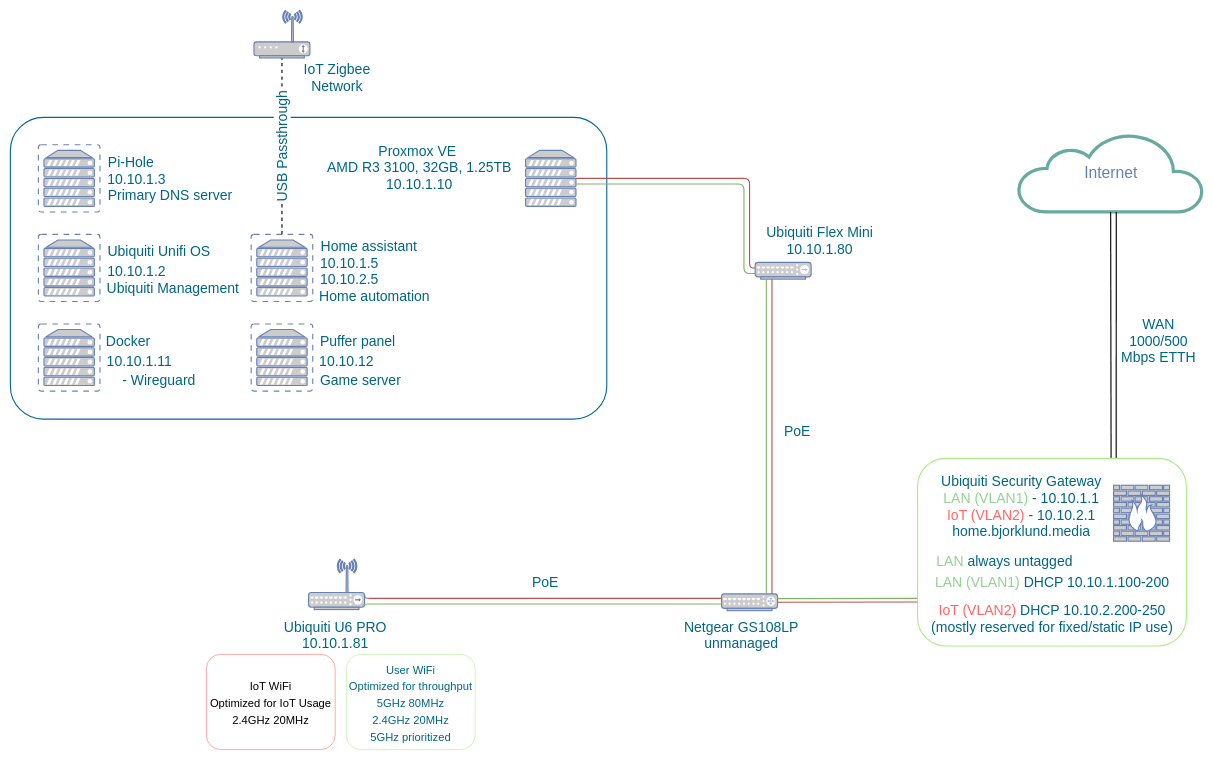
Earlier version of the draw.io diagram Drawio/network.drawio (Vili-B/HomeLab). Source tidied: cells renumbered, new cells numbered last; positions are measured from the earlier drawing's top-left corner, leaving out a move shared by most shapes. Both pictures are drawn from the tidied source at 56%, with x=0, y=0 at pixel (10, 10).
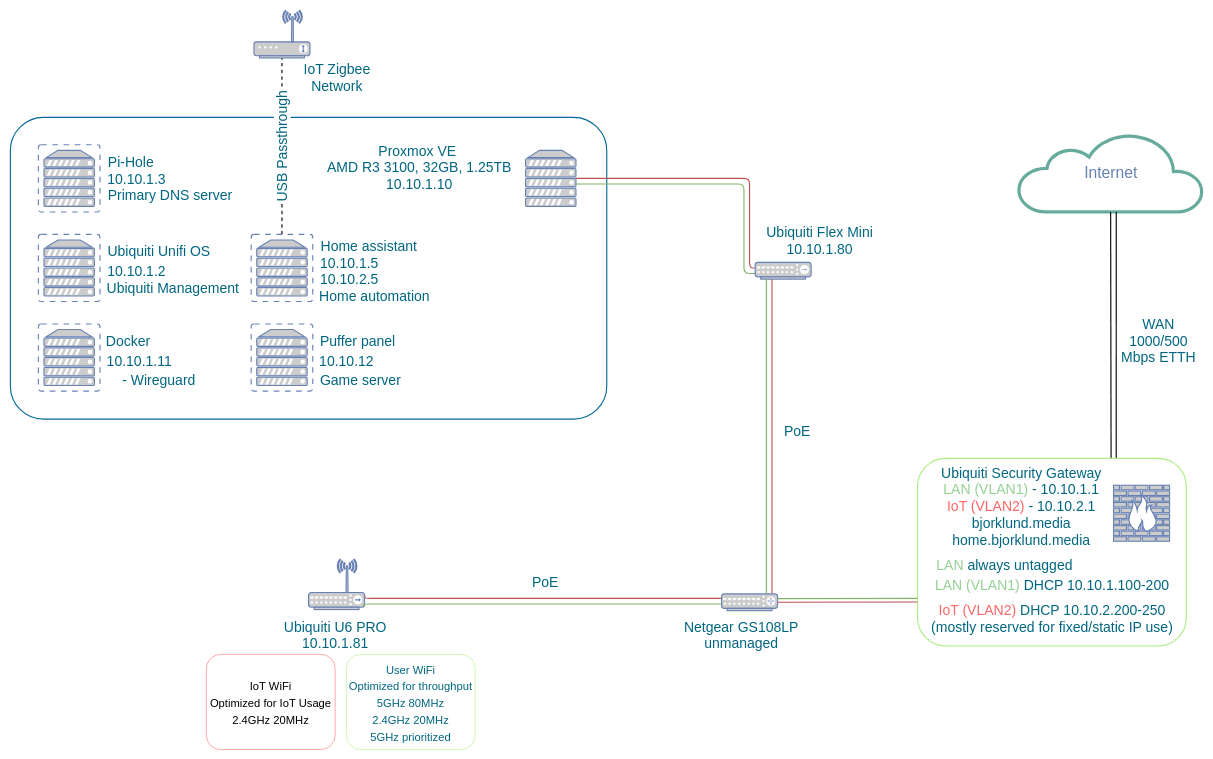
After the change.

Change to the diagram source:
```diff
@@
-    <mxCell id="18" value="&lt;font style=&quot;font-size: 25px;&quot;&gt;&lt;font color=&quot;#006680&quot;&gt;Ubiquiti Security Gateway&lt;/font&gt;&lt;br&gt;&lt;font color=&quot;#93d194&quot;&gt;LAN (VLAN1)&lt;/font&gt;&lt;/font&gt;&lt;font color=&quot;#006680&quot; style=&quot;font-size: 25px;&quot;&gt; - 10.10.1.1&lt;br&gt;&lt;/font&gt;&lt;span style=&quot;color: rgb(255, 102, 102); font-size: 25px;&quot;&gt;IoT (VLAN2)&amp;nbsp;&lt;/span&gt;&lt;font color=&quot;#006680&quot; style=&quot;font-size: 25px;&quot;&gt;- 10.10.2.1&lt;br&gt;home.bjorklund.media&lt;br&gt;&lt;/font&gt;" style="text;html=1;align=center;verticalAlign=middle;strokeColor=none;fillColor=none;" parent="1" vertex="1">
-      <mxGeometry x="1650" y="820" width="310" height="130" as="geometry" />
+    <mxCell id="18" value="&lt;font style=&quot;font-size: 25px;&quot;&gt;&lt;font color=&quot;#006680&quot;&gt;Ubiquiti Security Gateway&lt;/font&gt;&lt;br&gt;&lt;font color=&quot;#93d194&quot;&gt;LAN (VLAN1)&lt;/font&gt;&lt;/font&gt;&lt;font color=&quot;#006680&quot; style=&quot;font-size: 25px;&quot;&gt; - 10.10.1.1&lt;br&gt;&lt;/font&gt;&lt;span style=&quot;color: rgb(255, 102, 102); font-size: 25px;&quot;&gt;IoT (VLAN2)&amp;nbsp;&lt;/span&gt;&lt;font color=&quot;#006680&quot; style=&quot;font-size: 25px;&quot;&gt;- 10.10.2.1&lt;br&gt;bjorklund.media&lt;br&gt;home.bjorklund.media&lt;br&gt;&lt;/font&gt;" style="text;html=1;align=center;verticalAlign=middle;strokeColor=none;fillColor=none;" parent="1" vertex="1">
+      <mxGeometry x="1650" y="805" width="310" height="160" as="geometry" />
     </mxCell>
     <mxCell id="19" value="&lt;font color=&quot;#93d194&quot;&gt;LAN (VLAN1)&lt;/font&gt;&lt;font color=&quot;#006680&quot;&gt; DHCP 10.10.1.100-200&lt;/font&gt;" style="text;html=1;align=center;verticalAlign=middle;strokeColor=none;fillColor=none;fontSize=25;fontColor=#FF6666;" parent="1" vertex="1">
-      <mxGeometry x="1640" y="1000" width="440" height="40" as="geometry" />
+      <mxGeometry x="1640" y="1005" width="440" height="40" as="geometry" />
     </mxCell>
@@
     <mxCell id="54" value="&lt;span style=&quot;color: rgb(147, 209, 148);&quot;&gt;LAN&amp;nbsp;&lt;/span&gt;always untagged" style="text;html=1;align=center;verticalAlign=middle;strokeColor=none;fillColor=none;fontSize=25;fontColor=#006680;" parent="1" vertex="1">
-      <mxGeometry x="1640" y="962" width="270" height="40" as="geometry" />
+      <mxGeometry x="1640" y="970" width="270" height="40" as="geometry" />
     </mxCell>
```
